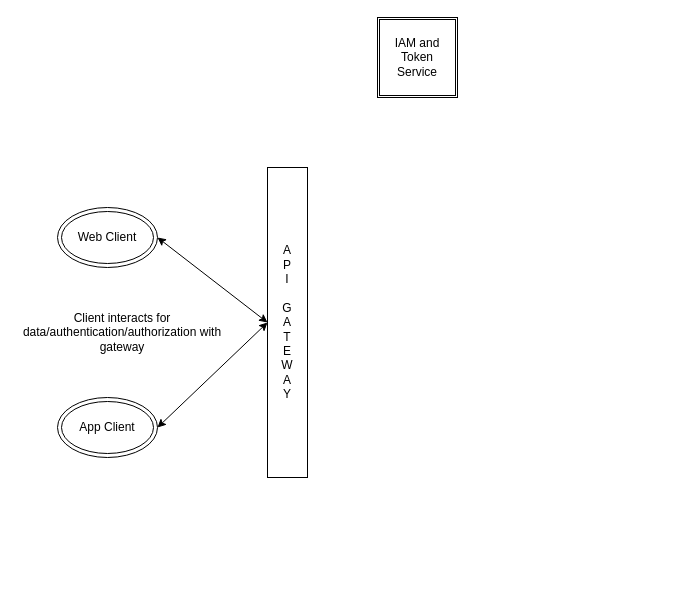
Before: Calypso-Overview.drawio in smarandi/calypso-ideation, a draw.io diagram. Source tidied: cells renumbered, new cells numbered last; positions are measured from the earlier drawing's top-left corner, leaving out a move shared by most shapes. Both pictures are drawn from the tidied source at 100%, with x=0, y=0 at pixel (17, 17).
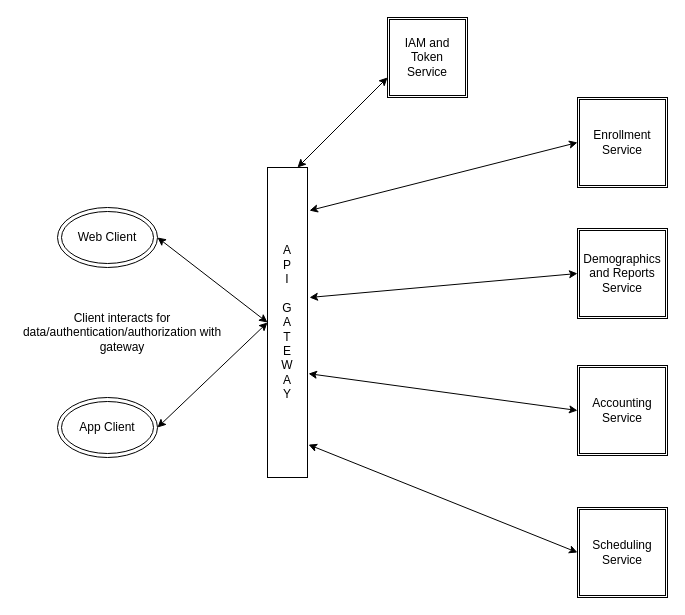
Above is the later version.

Change to the diagram source:
```diff
@@
 <mxGraphModel>
   <root>
     <mxCell id="0" />
     <mxCell id="1" parent="0" />
     <mxCell id="2" value="A&lt;br&gt;P&lt;br&gt;I&lt;br&gt;&lt;br&gt;G&lt;br&gt;A&lt;br&gt;T&lt;br&gt;E&lt;br&gt;W&lt;br&gt;A&lt;br&gt;Y" style="rounded=0;whiteSpace=wrap;html=1;" parent="1" vertex="1">
       <mxGeometry x="250" y="150" width="40" height="310" as="geometry" />
     </mxCell>
     <mxCell id="3" value="IAM and Token Service" style="shape=ext;double=1;whiteSpace=wrap;html=1;" parent="1" vertex="1">
-      <mxGeometry x="360" width="80" height="80" as="geometry" />
+      <mxGeometry x="370" width="80" height="80" as="geometry" />
     </mxCell>
     <mxCell id="4" value="Web Client&lt;br&gt;" style="ellipse;shape=doubleEllipse;whiteSpace=wrap;html=1;" parent="1" vertex="1">
       <mxGeometry x="40" y="190" width="100" height="60" as="geometry" />
     </mxCell>
     <mxCell id="5" value="App Client" style="ellipse;shape=doubleEllipse;whiteSpace=wrap;html=1;" parent="1" vertex="1">
       <mxGeometry x="40" y="380" width="100" height="60" as="geometry" />
     </mxCell>
     <mxCell id="6" style="endArrow=classic;startArrow=classic;html=1;exitX=1;exitY=0.5;exitDx=0;exitDy=0;entryX=0;entryY=0.5;entryDx=0;entryDy=0;" parent="1" edge="1" source="4" target="2">
       <mxGeometry relative="1" as="geometry" />
     </mxCell>
     <mxCell id="7" style="endArrow=classic;startArrow=classic;html=1;exitX=1;exitY=0.5;exitDx=0;exitDy=0;entryX=0;entryY=0.5;entryDx=0;entryDy=0;" parent="1" edge="1" source="5" target="2">
       <mxGeometry relative="1" as="geometry" />
     </mxCell>
     <mxCell id="8" value="Client interacts for data/authentication/authorization with gateway" style="text;html=1;strokeColor=none;fillColor=none;align=center;verticalAlign=middle;whiteSpace=wrap;overflow=hidden;" parent="1" vertex="1">
       <mxGeometry y="275" width="210" height="80" as="geometry" />
     </mxCell>
+    <mxCell id="9" value="Enrollment Service" style="shape=ext;double=1;whiteSpace=wrap;html=1;" parent="1" vertex="1">
+      <mxGeometry x="560" y="80" width="90" height="90" as="geometry" />
+    </mxCell>
+    <mxCell id="10" value="Demographics and Reports Service&lt;br&gt;" style="shape=ext;double=1;whiteSpace=wrap;html=1;" parent="1" vertex="1">
+      <mxGeometry x="560" y="211" width="90" height="90" as="geometry" />
+    </mxCell>
+    <mxCell id="11" value="Accounting&lt;br&gt;Service&lt;br&gt;" style="shape=ext;double=1;whiteSpace=wrap;html=1;" parent="1" vertex="1">
+      <mxGeometry x="560" y="348" width="90" height="90" as="geometry" />
+    </mxCell>
+    <mxCell id="12" value="Scheduling&lt;br&gt;Service&lt;br&gt;" style="shape=ext;double=1;whiteSpace=wrap;html=1;" parent="1" vertex="1">
+      <mxGeometry x="560" y="490" width="90" height="90" as="geometry" />
+    </mxCell>
+    <mxCell id="13" style="endArrow=classic;startArrow=classic;html=1;exitX=0.75;exitY=0;exitDx=0;exitDy=0;entryX=0;entryY=0.75;entryDx=0;entryDy=0;" parent="1" edge="1" source="2" target="3">
+      <mxGeometry relative="1" as="geometry" />
+    </mxCell>
+    <mxCell id="14" style="endArrow=classic;startArrow=classic;html=1;entryX=0;entryY=0.5;entryDx=0;entryDy=0;exitX=1.05;exitY=0.139;exitDx=0;exitDy=0;exitPerimeter=0;" parent="1" edge="1" source="2" target="9">
+      <mxGeometry relative="1" as="geometry" />
+    </mxCell>
+    <mxCell id="15" style="endArrow=classic;startArrow=classic;html=1;entryX=0;entryY=0.5;entryDx=0;entryDy=0;" parent="1" edge="1" target="10">
+      <mxGeometry relative="1" as="geometry">
+        <mxPoint x="292" y="280" as="sourcePoint" />
+      </mxGeometry>
+    </mxCell>
+    <mxCell id="16" style="endArrow=classic;startArrow=classic;html=1;entryX=0;entryY=0.5;entryDx=0;entryDy=0;exitX=1.025;exitY=0.665;exitDx=0;exitDy=0;exitPerimeter=0;" parent="1" edge="1" source="2" target="11">
+      <mxGeometry relative="1" as="geometry" />
+    </mxCell>
+    <mxCell id="17" style="endArrow=classic;startArrow=classic;html=1;entryX=0;entryY=0.5;entryDx=0;entryDy=0;exitX=1.025;exitY=0.894;exitDx=0;exitDy=0;exitPerimeter=0;" parent="1" edge="1" source="2" target="12">
+      <mxGeometry relative="1" as="geometry" />
+    </mxCell>
   </root>
 </mxGraphModel>
```
